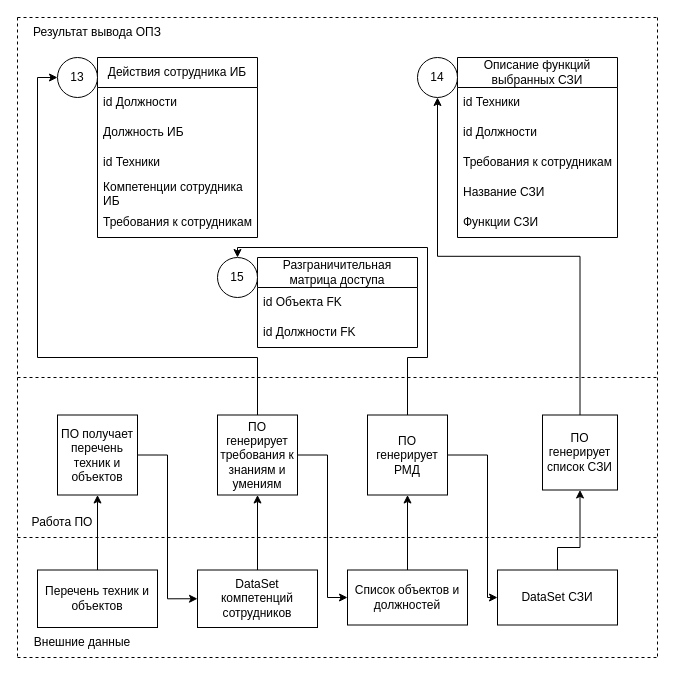
Before: New_Shema_OPZ/(Обновленная схема ОПЗ) Частные инструкции.drawio in SmirnovBogdan8/Diplom, a draw.io diagram. Source tidied: cells renumbered, new cells numbered last; positions are measured from the earlier drawing's top-left corner, leaving out a move shared by most shapes. Both pictures are drawn from the tidied source at 100%, with x=0, y=0 at pixel (17, 17).
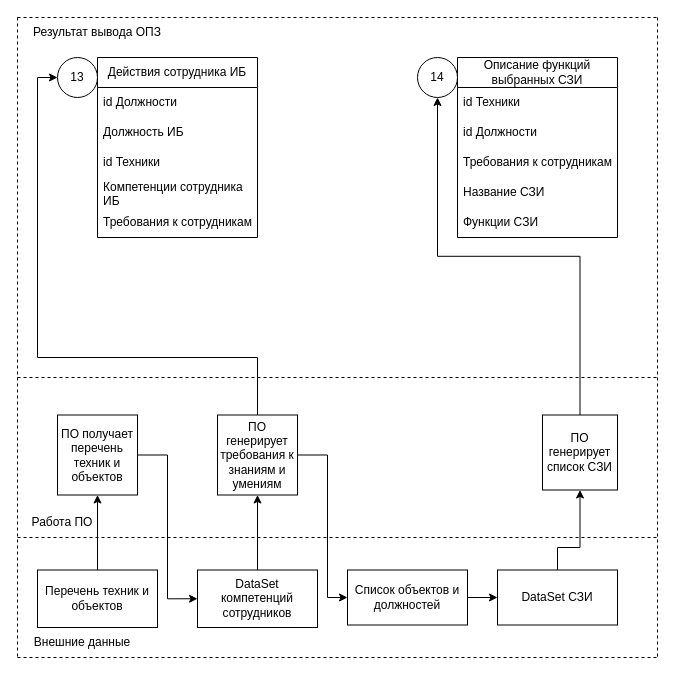
The same page after the edit.

The change refers to these unchanged cells:
```xml
<mxCell id="30" value="DataSet СЗИ" style="rounded=0;whiteSpace=wrap;html=1;" parent="1" vertex="1">
  <mxGeometry x="480" y="552.5" width="120" height="55" as="geometry" />
</mxCell>
<mxCell id="44" value="Список объектов и должностей" style="rounded=0;whiteSpace=wrap;html=1;" parent="1" vertex="1">
  <mxGeometry x="330" y="552.5" width="120" height="55" as="geometry" />
</mxCell>
```

The edit, as a diff of the source:
```diff
@@
-    <mxCell id="18" value="Разграничительная матрица доступа" style="swimlane;fontStyle=0;horizontal=1;startSize=30;whiteSpace=wrap;html=1;" parent="1" vertex="1">
-      <mxGeometry x="240" y="240" width="160" height="90" as="geometry" />
-    </mxCell>
-    <mxCell id="19" value="id Объекта FK" style="text;strokeColor=none;fillColor=none;align=left;verticalAlign=middle;spacingLeft=4;spacingRight=4;overflow=hidden;whiteSpace=wrap;html=1;" parent="18" vertex="1">
-      <mxGeometry y="30" width="160" height="30" as="geometry" />
-    </mxCell>
-    <mxCell id="20" value="id Должности FK" style="text;strokeColor=none;fillColor=none;align=left;verticalAlign=middle;spacingLeft=4;spacingRight=4;overflow=hidden;whiteSpace=wrap;html=1;" parent="18" vertex="1">
-      <mxGeometry y="60" width="160" height="30" as="geometry" />
-    </mxCell>
@@
-    <mxCell id="25" value="15" style="ellipse;whiteSpace=wrap;html=1;" parent="1" vertex="1">
-      <mxGeometry x="200" y="240" width="40" height="40" as="geometry" />
-    </mxCell>
-    <mxCell id="26" style="edgeStyle=orthogonalEdgeStyle;rounded=0;jettySize=auto;html=1;exitX=0.5;exitY=0;exitDx=0;exitDy=0;entryX=0.5;entryY=0;entryDx=0;entryDy=0;" parent="1" edge="1" source="28" target="25">
-      <mxGeometry relative="1" as="geometry">
-        <Array as="points">
-          <mxPoint x="390" y="340" />
-          <mxPoint x="410" y="340" />
-          <mxPoint x="410" y="230" />
-          <mxPoint x="220" y="230" />
-        </Array>
-      </mxGeometry>
-    </mxCell>
-    <mxCell id="27" style="edgeStyle=orthogonalEdgeStyle;rounded=0;jettySize=auto;html=1;entryX=0;entryY=0.5;entryDx=0;entryDy=0;" parent="1" edge="1" source="28" target="30">
-      <mxGeometry relative="1" as="geometry">
-        <Array as="points">
-          <mxPoint x="470" y="438" />
-          <mxPoint x="470" y="580" />
-        </Array>
-      </mxGeometry>
-    </mxCell>
-    <mxCell id="28" value="ПО генерирует РМД" style="whiteSpace=wrap;html=1;" parent="1" vertex="1">
-      <mxGeometry x="350" y="397.5" width="80" height="80" as="geometry" />
-    </mxCell>
@@
-    <mxCell id="43" style="edgeStyle=orthogonalEdgeStyle;rounded=0;jettySize=auto;html=1;" parent="1" edge="1" source="44" target="28">
-      <mxGeometry relative="1" as="geometry" />
-    </mxCell>
+    <mxCell id="47" style="edgeStyle=orthogonalEdgeStyle;rounded=0;jettySize=auto;html=1;" parent="1" edge="1" source="44" target="30">
+      <mxGeometry relative="1" as="geometry" />
+    </mxCell>
```
